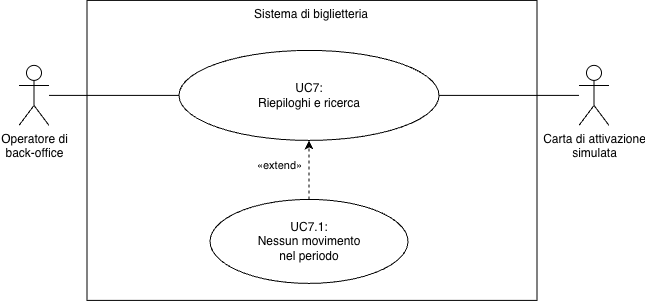
Before: img/diagrams/uc-7.png, a diagram exported from draw.io (Leddosja/thesis-EdisHodja). Source tidied: cells renumbered, new cells last; positions are measured from the earlier drawing's top-left corner, leaving out a move shared by most shapes.
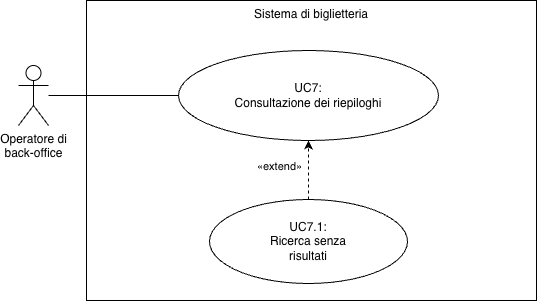
Later version of the same file.

What changed in the source:
```diff
@@ -5,7 +5,7 @@
     <mxCell id="2" value="Sistema di biglietteria" style="rounded=0;whiteSpace=wrap;html=1;fillColor=default;verticalAlign=top;" parent="1" vertex="1">
       <mxGeometry x="68" width="450" height="300" as="geometry" />
     </mxCell>
-    <mxCell id="3" value="UC7:&lt;br&gt;Riepiloghi e ricerca" style="ellipse;whiteSpace=wrap;html=1;rounded=0;strokeColor=default;align=center;verticalAlign=middle;fontFamily=Helvetica;fontSize=12;fontColor=default;fillColor=default;" parent="1" vertex="1">
+    <mxCell id="3" value="UC7:&lt;br&gt;Consultazione dei riepiloghi" style="ellipse;whiteSpace=wrap;html=1;rounded=0;strokeColor=default;align=center;verticalAlign=middle;fontFamily=Helvetica;fontSize=12;fontColor=default;fillColor=default;" parent="1" vertex="1">
       <mxGeometry x="160" y="50" width="260" height="90" as="geometry" />
     </mxCell>
     <mxCell id="4" style="edgeStyle=none;html=1;entryX=0;entryY=0.5;entryDx=0;entryDy=0;endArrow=none;endFill=0;" parent="1" edge="1" source="5" target="3">
@@ -14,15 +14,7 @@
     <mxCell id="5" value="Operatore di&lt;br&gt;back-office" style="shape=umlActor;verticalLabelPosition=bottom;verticalAlign=top;html=1;rounded=0;strokeColor=default;align=center;fontFamily=Helvetica;fontSize=12;fontColor=default;fillColor=default;" parent="1" vertex="1">
       <mxGeometry y="65" width="30" height="60" as="geometry" />
     </mxCell>
-    <mxCell id="6" style="edgeStyle=none;html=1;entryX=1;entryY=0.5;entryDx=0;entryDy=0;endArrow=none;endFill=0;verticalAlign=middle;" parent="1" edge="1" source="7">
-      <mxGeometry relative="1" as="geometry">
-        <mxPoint x="420" y="95" as="targetPoint" />
-      </mxGeometry>
-    </mxCell>
-    <mxCell id="7" value="Carta di attivazione&lt;br&gt;simulata" style="shape=umlActor;verticalLabelPosition=bottom;verticalAlign=top;html=1;rounded=0;strokeColor=default;align=center;fontFamily=Helvetica;fontSize=12;fontColor=default;fillColor=default;" parent="1" vertex="1">
-      <mxGeometry x="560" y="65" width="30" height="60" as="geometry" />
-    </mxCell>
-    <mxCell id="8" value="UC7.1:&lt;br&gt;Nessun movimento&lt;br&gt;nel periodo" style="ellipse;whiteSpace=wrap;html=1;rounded=0;strokeColor=default;align=center;verticalAlign=middle;fontFamily=Helvetica;fontSize=12;fontColor=default;fillColor=default;" parent="1" vertex="1">
+    <mxCell id="8" value="UC7.1:&lt;br&gt;Ricerca senza&lt;br&gt;risultati" style="ellipse;whiteSpace=wrap;html=1;rounded=0;strokeColor=default;align=center;verticalAlign=middle;fontFamily=Helvetica;fontSize=12;fontColor=default;fillColor=default;" parent="1" vertex="1">
       <mxGeometry x="191" y="199" width="198" height="84" as="geometry" />
     </mxCell>
     <mxCell id="9" style="edgeStyle=none;html=1;dashed=1;entryX=0.5;entryY=1;entryDx=0;entryDy=0;exitX=0.5;exitY=0;exitDx=0;exitDy=0;" parent="1" edge="1" source="8" target="3">
```
